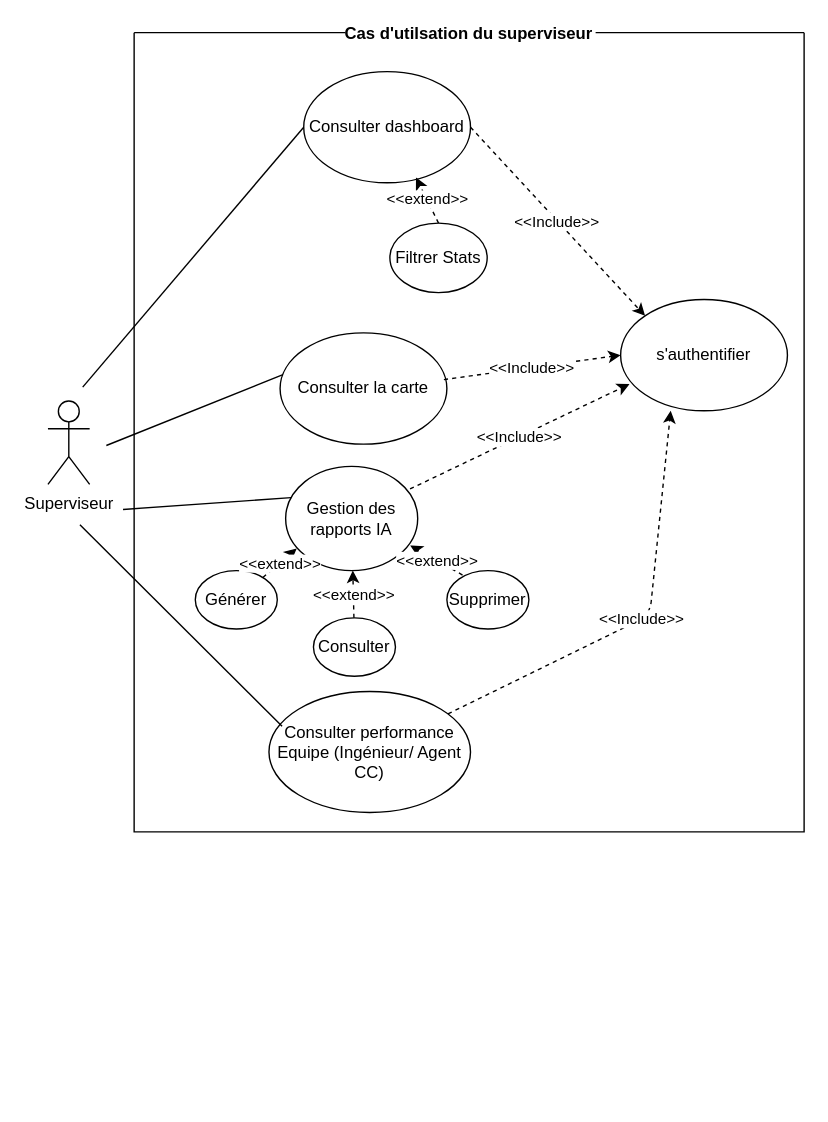
Before: page "Superviseur" (4 of 4) of Conception/USE_CASE.drawio in Belakebi-Amine/djezzy_supervision, a draw.io diagram. Source tidied: cells renumbered, new cells numbered last; positions are measured from the earlier drawing's top-left corner, leaving out a move shared by most shapes. Both pictures are drawn from the tidied source at 139%, with x=0, y=0 at pixel (47, 32).
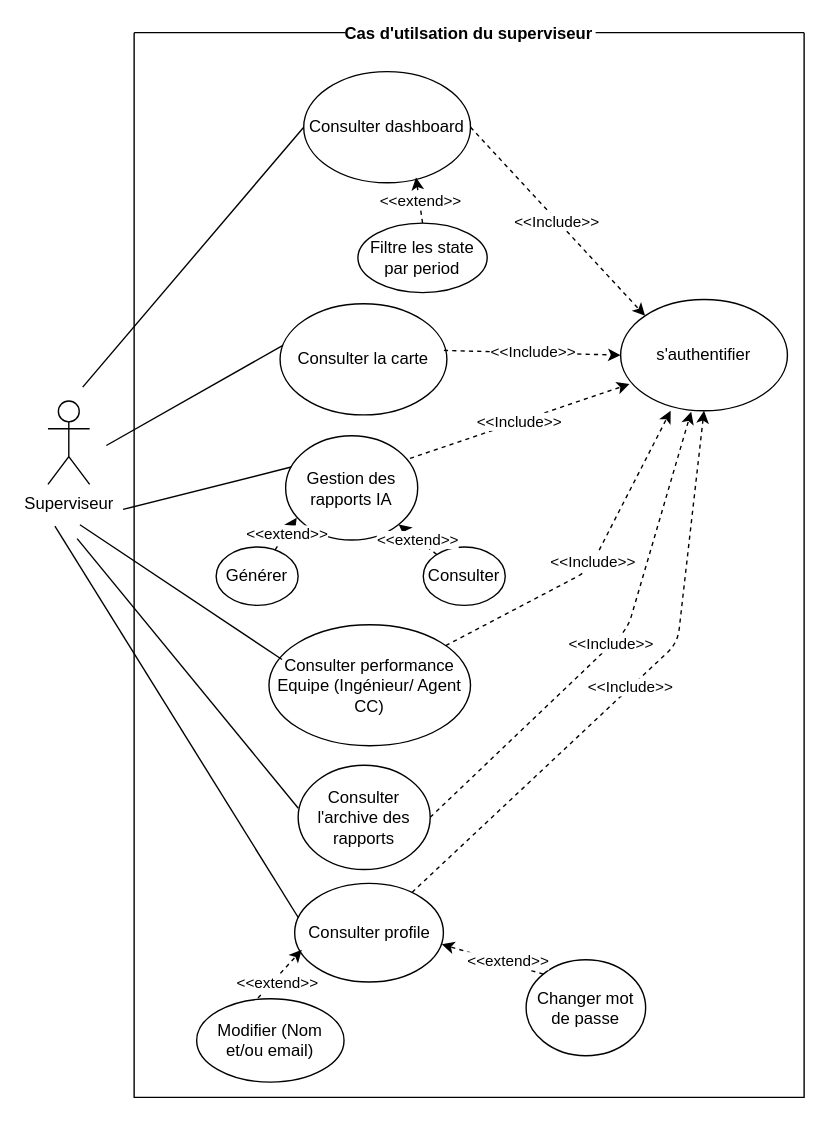
Above is the later version.

The change refers to these unchanged cells:
```xml
<mxCell id="5" value="s'authentifier" style="ellipse;whiteSpace=wrap;html=1;" parent="3" vertex="1">
  <mxGeometry x="350" y="192" width="120" height="80" as="geometry" />
</mxCell>
```

Diff of the diagram source:
```diff
@@
     <mxCell id="3" value="Cas d'utilsation du superviseur" style="swimlane;startSize=0;labelBackgroundColor=default;" parent="1" vertex="1">
-      <mxGeometry x="62" width="482" height="575" as="geometry" />
+      <mxGeometry x="62" width="482" height="766" as="geometry" />
     </mxCell>
@@
-    <mxCell id="7" value="Filtrer Stats" style="ellipse;whiteSpace=wrap;html=1;" parent="3" vertex="1">
-      <mxGeometry x="184" y="137" width="70" height="50" as="geometry" />
+    <mxCell id="7" value="Filtre les state par period" style="ellipse;whiteSpace=wrap;html=1;" parent="3" vertex="1">
+      <mxGeometry x="161" y="137" width="93" height="50" as="geometry" />
     </mxCell>
@@
     <mxCell id="10" value="Consulter la carte" style="ellipse;whiteSpace=wrap;html=1;" parent="3" vertex="1">
-      <mxGeometry x="105" y="216" width="120" height="80" as="geometry" />
+      <mxGeometry x="105" y="195" width="120" height="80" as="geometry" />
     </mxCell>
@@
     <mxCell id="12" value="Gestion des rapports IA" style="ellipse;whiteSpace=wrap;html=1;" parent="3" vertex="1">
-      <mxGeometry x="109" y="312" width="95" height="75" as="geometry" />
+      <mxGeometry x="109" y="290" width="95" height="75" as="geometry" />
     </mxCell>
     <mxCell id="13" value="Consulter performance Equipe (Ingénieur/ Agent CC)" style="ellipse;whiteSpace=wrap;html=1;" parent="3" vertex="1">
-      <mxGeometry x="97" y="474" width="145" height="87" as="geometry" />
+      <mxGeometry x="97" y="426" width="145" height="87" as="geometry" />
     </mxCell>
@@
     <mxCell id="15" value="Générer" style="ellipse;whiteSpace=wrap;html=1;" parent="3" vertex="1">
-      <mxGeometry x="44" y="387" width="59" height="42" as="geometry" />
+      <mxGeometry x="59" y="370" width="59" height="42" as="geometry" />
     </mxCell>
     <mxCell id="16" value="Consulter" style="ellipse;whiteSpace=wrap;html=1;" parent="3" vertex="1">
-      <mxGeometry x="129" y="421" width="59" height="42" as="geometry" />
+      <mxGeometry x="208" y="370" width="59" height="42" as="geometry" />
     </mxCell>
@@
-    <mxCell id="21" value="Supprimer" style="ellipse;whiteSpace=wrap;html=1;" parent="3" vertex="1">
-      <mxGeometry x="225" y="387" width="59" height="42" as="geometry" />
-    </mxCell>
-    <mxCell id="22" style="endArrow=classic;html=1;dashed=1;endFill=1;exitX=0.191;exitY=0.076;exitDx=0;exitDy=0;exitPerimeter=0;entryX=0.943;entryY=0.759;entryDx=0;entryDy=0;entryPerimeter=0;" parent="3" edge="1" source="21" target="12">
-      <mxGeometry relative="1" as="geometry" />
-    </mxCell>
-    <mxCell id="23" value="&amp;lt;&amp;lt;extend&amp;gt;&amp;gt;" style="edgeLabel;html=1;align=center;verticalAlign=middle;" parent="22" vertex="1">
-      <mxGeometry x="0.01" relative="1" as="geometry" />
-    </mxCell>
+    <mxCell id="29" value="Consulter l'archive des rapports" style="ellipse;whiteSpace=wrap;html=1;" parent="3" vertex="1">
+      <mxGeometry x="118" y="527" width="95" height="75" as="geometry" />
+    </mxCell>
+    <mxCell id="30" style="endArrow=none;html=1;entryX=0.001;entryY=0.413;entryDx=0;entryDy=0;entryPerimeter=0;" parent="3" edge="1" target="29">
+      <mxGeometry relative="1" as="geometry">
+        <mxPoint x="-41" y="364" as="sourcePoint" />
+      </mxGeometry>
+    </mxCell>
+    <mxCell id="31" value="&amp;lt;&amp;lt;Include&amp;gt;&amp;gt;" style="endArrow=classic;dashed=1;html=1;entryX=0.423;entryY=1.008;entryDx=0;entryDy=0;endFill=1;exitX=1;exitY=0.5;exitDx=0;exitDy=0;entryPerimeter=0;" parent="3" edge="1" source="29" target="5">
+      <mxGeometry relative="1" as="geometry">
+        <Array as="points">
+          <mxPoint x="355" y="429" />
+        </Array>
+      </mxGeometry>
+    </mxCell>
@@
     <mxCell id="28" value="&amp;lt;&amp;lt;Include&amp;gt;&amp;gt;" style="endArrow=classic;dashed=1;html=1;entryX=0;entryY=1;entryDx=0;entryDy=0;endFill=1;" parent="1" edge="1" source="13">
       <mxGeometry relative="1" as="geometry">
         <mxPoint x="448" y="272" as="targetPoint" />
         <Array as="points">
-          <mxPoint x="433" y="419" />
+          <mxPoint x="389" y="387" />
         </Array>
       </mxGeometry>
     </mxCell>
+    <mxCell id="32" value="Consulter profile" style="ellipse;whiteSpace=wrap;html=1;" parent="1" vertex="1">
+      <mxGeometry x="177.5" y="612" width="107" height="71" as="geometry" />
+    </mxCell>
+    <mxCell id="33" value="Modifier (Nom et/ou email)" style="ellipse;whiteSpace=wrap;html=1;" parent="1" vertex="1">
+      <mxGeometry x="107" y="695" width="106" height="60" as="geometry" />
+    </mxCell>
+    <mxCell id="34" value="Changer mot de passe" style="ellipse;whiteSpace=wrap;html=1;" parent="1" vertex="1">
+      <mxGeometry x="344" y="667" width="86" height="69" as="geometry" />
+    </mxCell>
+    <mxCell id="35" style="endArrow=classic;html=1;exitX=0;exitY=0;exitDx=0;exitDy=0;entryX=0.989;entryY=0.618;entryDx=0;entryDy=0;entryPerimeter=0;dashed=1;" parent="1" edge="1" source="34" target="32">
+      <mxGeometry relative="1" as="geometry" />
+    </mxCell>
+    <mxCell id="36" value="&amp;lt;&amp;lt;extend&amp;gt;&amp;gt;" style="edgeLabel;html=1;align=center;verticalAlign=middle;" parent="35" vertex="1">
+      <mxGeometry x="-0.27" y="-2" relative="1" as="geometry" />
+    </mxCell>
+    <mxCell id="37" style="endArrow=classic;html=1;exitX=0.416;exitY=-0.008;exitDx=0;exitDy=0;entryX=0.048;entryY=0.673;entryDx=0;entryDy=0;entryPerimeter=0;dashed=1;exitPerimeter=0;" parent="1" edge="1" source="33" target="32">
+      <mxGeometry relative="1" as="geometry" />
+    </mxCell>
+    <mxCell id="38" value="&amp;lt;&amp;lt;extend&amp;gt;&amp;gt;" style="edgeLabel;html=1;align=center;verticalAlign=middle;" parent="37" vertex="1">
+      <mxGeometry x="-0.27" y="-2" relative="1" as="geometry" />
+    </mxCell>
+    <mxCell id="39" style="endArrow=none;html=1;entryX=0.024;entryY=0.346;entryDx=0;entryDy=0;entryPerimeter=0;" parent="1" edge="1" target="32">
+      <mxGeometry relative="1" as="geometry">
+        <mxPoint x="5" y="355" as="sourcePoint" />
+      </mxGeometry>
+    </mxCell>
+    <mxCell id="40" value="&amp;lt;&amp;lt;Include&amp;gt;&amp;gt;" style="endArrow=classic;dashed=1;html=1;entryX=0.5;entryY=1;entryDx=0;entryDy=0;endFill=1;" parent="1" edge="1" source="32" target="5">
+      <mxGeometry relative="1" as="geometry">
+        <Array as="points">
+          <mxPoint x="453" y="439" />
+        </Array>
+      </mxGeometry>
+    </mxCell>
```
